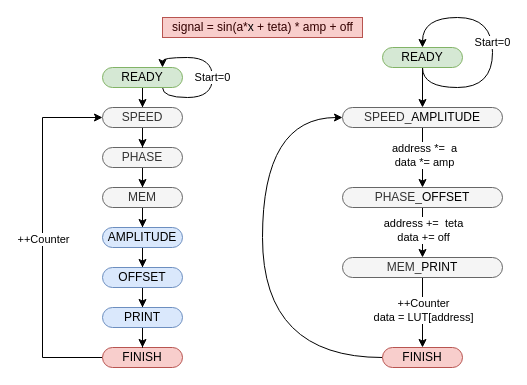
Above: diagrams.drawio in hammasattila/Sapientia-2020-FPGA-Project (draw.io), before the change. Source tidied: cells renumbered, new cells numbered last; positions are measured from the earlier drawing's top-left corner, leaving out a move shared by most shapes. Both pictures are drawn from the tidied source at 100%, with x=0, y=0 at pixel (42, 17).
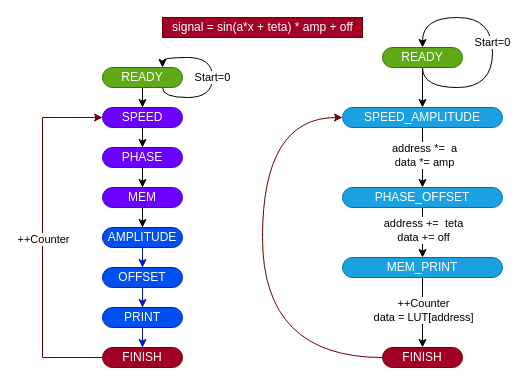
The same page after the edit.

Change to the diagram source:
```diff
@@
-    <mxCell id="5" value="READY" style="rounded=1;whiteSpace=wrap;html=1;arcSize=50;fillColor=#d5e8d4;strokeColor=#82b366;" parent="1" vertex="1">
+    <mxCell id="5" value="READY" style="rounded=1;whiteSpace=wrap;html=1;arcSize=50;fillColor=#60a917;strokeColor=#2D7600;fontColor=#ffffff;" parent="1" vertex="1">
       <mxGeometry x="60" y="50" width="80" height="20" as="geometry" />
     </mxCell>
@@
-    <mxCell id="7" value="PHASE" style="rounded=1;whiteSpace=wrap;html=1;arcSize=50;fillColor=#f5f5f5;strokeColor=#666666;fontColor=#333333;" parent="1" vertex="1">
+    <mxCell id="7" value="PHASE" style="rounded=1;whiteSpace=wrap;html=1;arcSize=50;fillColor=#6a00ff;strokeColor=#3700CC;fontColor=#ffffff;" parent="1" vertex="1">
       <mxGeometry x="60" y="130" width="80" height="20" as="geometry" />
     </mxCell>
@@
-    <mxCell id="9" value="MEM" style="rounded=1;whiteSpace=wrap;html=1;arcSize=50;fillColor=#f5f5f5;strokeColor=#666666;fontColor=#333333;" parent="1" vertex="1">
+    <mxCell id="9" value="MEM" style="rounded=1;whiteSpace=wrap;html=1;arcSize=50;fillColor=#6a00ff;strokeColor=#3700CC;fontColor=#ffffff;" parent="1" vertex="1">
       <mxGeometry x="60" y="170" width="80" height="20" as="geometry" />
     </mxCell>
-    <mxCell id="10" style="edgeStyle=orthogonalEdgeStyle;rounded=0;jettySize=auto;html=1;entryX=0.5;entryY=0;entryDx=0;entryDy=0;" parent="1" edge="1" source="11" target="16">
+    <mxCell id="10" style="edgeStyle=orthogonalEdgeStyle;rounded=0;jettySize=auto;html=1;entryX=0.5;entryY=0;entryDx=0;entryDy=0;fillColor=#0050ef;strokeColor=#001DBC;" parent="1" edge="1" source="11" target="16">
       <mxGeometry relative="1" as="geometry" />
     </mxCell>
-    <mxCell id="11" value="AMPLITUDE" style="rounded=1;whiteSpace=wrap;html=1;arcSize=50;fillColor=#dae8fc;strokeColor=#6c8ebf;" parent="1" vertex="1">
+    <mxCell id="11" value="AMPLITUDE" style="rounded=1;whiteSpace=wrap;html=1;arcSize=50;fillColor=#0050ef;strokeColor=#001DBC;fontColor=#ffffff;" parent="1" vertex="1">
       <mxGeometry x="60" y="210" width="80" height="20" as="geometry" />
     </mxCell>
-    <mxCell id="12" style="edgeStyle=orthogonalEdgeStyle;rounded=0;jettySize=auto;html=1;exitX=0;exitY=0.5;exitDx=0;exitDy=0;entryX=0;entryY=0.5;entryDx=0;entryDy=0;" parent="1" edge="1" source="14" target="18">
+    <mxCell id="12" style="edgeStyle=orthogonalEdgeStyle;rounded=0;jettySize=auto;html=1;exitX=0;exitY=0.5;exitDx=0;exitDy=0;entryX=0;entryY=0.5;entryDx=0;entryDy=0;fillColor=#a20025;strokeColor=#6F0000;" parent="1" edge="1" source="14" target="18">
       <mxGeometry relative="1" as="geometry">
         <Array as="points">
           <mxPoint y="340" />
           <mxPoint y="100" />
         </Array>
       </mxGeometry>
     </mxCell>
@@
-    <mxCell id="14" value="FINISH" style="rounded=1;whiteSpace=wrap;html=1;arcSize=50;fillColor=#f8cecc;strokeColor=#b85450;" parent="1" vertex="1">
+    <mxCell id="14" value="FINISH" style="rounded=1;whiteSpace=wrap;html=1;arcSize=50;fillColor=#a20025;strokeColor=#6F0000;fontColor=#ffffff;" parent="1" vertex="1">
       <mxGeometry x="60" y="330" width="80" height="20" as="geometry" />
     </mxCell>
-    <mxCell id="15" style="edgeStyle=orthogonalEdgeStyle;rounded=0;jettySize=auto;html=1;entryX=0.5;entryY=0;entryDx=0;entryDy=0;fontColor=#330000;" parent="1" edge="1" source="16" target="21">
+    <mxCell id="15" style="edgeStyle=orthogonalEdgeStyle;rounded=0;jettySize=auto;html=1;entryX=0.5;entryY=0;entryDx=0;entryDy=0;fillColor=#0050ef;strokeColor=#001DBC;" parent="1" edge="1" source="16" target="21">
       <mxGeometry relative="1" as="geometry" />
     </mxCell>
-    <mxCell id="16" value="OFFSET" style="rounded=1;whiteSpace=wrap;html=1;arcSize=50;fillColor=#dae8fc;strokeColor=#6c8ebf;" parent="1" vertex="1">
+    <mxCell id="16" value="OFFSET" style="rounded=1;whiteSpace=wrap;html=1;arcSize=50;fillColor=#0050ef;strokeColor=#001DBC;fontColor=#ffffff;" parent="1" vertex="1">
       <mxGeometry x="60" y="250" width="80" height="20" as="geometry" />
     </mxCell>
@@
-    <mxCell id="18" value="SPEED" style="rounded=1;whiteSpace=wrap;html=1;arcSize=50;fillColor=#f5f5f5;strokeColor=#666666;fontColor=#333333;" parent="1" vertex="1">
+    <mxCell id="18" value="SPEED" style="rounded=1;whiteSpace=wrap;html=1;arcSize=50;fillColor=#6a00ff;strokeColor=#3700CC;fontColor=#ffffff;" parent="1" vertex="1">
       <mxGeometry x="60" y="90" width="80" height="20" as="geometry" />
     </mxCell>
-    <mxCell id="19" value="signal = sin(a*&lt;font color=&quot;#000000&quot;&gt;x&lt;/font&gt; + teta) * amp + off" style="text;html=1;align=center;verticalAlign=middle;fillColor=#f8cecc;strokeColor=#b85450;fontColor=#330000;" parent="1" vertex="1">
+    <mxCell id="19" value="signal = sin(a*&lt;font&gt;x&lt;/font&gt; + teta) * amp + off" style="text;html=1;align=center;verticalAlign=middle;fillColor=#a20025;strokeColor=#6F0000;fontColor=#ffffff;" parent="1" vertex="1">
       <mxGeometry x="120" width="200" height="20" as="geometry" />
     </mxCell>
-    <mxCell id="20" style="edgeStyle=orthogonalEdgeStyle;rounded=0;jettySize=auto;html=1;entryX=0.5;entryY=0;entryDx=0;entryDy=0;fontColor=#330000;" parent="1" edge="1" source="21" target="14">
+    <mxCell id="20" style="edgeStyle=orthogonalEdgeStyle;rounded=0;jettySize=auto;html=1;entryX=0.5;entryY=0;entryDx=0;entryDy=0;fillColor=#0050ef;strokeColor=#001DBC;" parent="1" edge="1" source="21" target="14">
       <mxGeometry relative="1" as="geometry" />
     </mxCell>
-    <mxCell id="21" value="PRINT" style="rounded=1;whiteSpace=wrap;html=1;arcSize=50;fillColor=#dae8fc;strokeColor=#6c8ebf;" parent="1" vertex="1">
+    <mxCell id="21" value="PRINT" style="rounded=1;whiteSpace=wrap;html=1;arcSize=50;fillColor=#0050ef;strokeColor=#001DBC;fontColor=#ffffff;" parent="1" vertex="1">
       <mxGeometry x="60" y="290" width="80" height="20" as="geometry" />
     </mxCell>
@@
-    <mxCell id="25" value="READY" style="rounded=1;whiteSpace=wrap;html=1;arcSize=50;fillColor=#d5e8d4;strokeColor=#82b366;" parent="1" vertex="1">
+    <mxCell id="25" value="READY" style="rounded=1;whiteSpace=wrap;html=1;arcSize=50;fillColor=#60a917;strokeColor=#2D7600;fontColor=#ffffff;" parent="1" vertex="1">
       <mxGeometry x="340" y="30" width="80" height="20" as="geometry" />
     </mxCell>
@@
-    <mxCell id="28" value="PHASE_&lt;span style=&quot;color: rgb(0 , 0 , 0)&quot;&gt;OFFSET&lt;/span&gt;" style="rounded=1;whiteSpace=wrap;html=1;arcSize=50;fillColor=#f5f5f5;strokeColor=#666666;fontColor=#333333;" parent="1" vertex="1">
+    <mxCell id="28" value="PHASE_&lt;span style=&quot;&quot;&gt;OFFSET&lt;/span&gt;" style="rounded=1;whiteSpace=wrap;html=1;arcSize=50;fillColor=#1ba1e2;strokeColor=#006EAF;fontColor=#ffffff;" parent="1" vertex="1">
       <mxGeometry x="300" y="170" width="160" height="20" as="geometry" />
     </mxCell>
@@
-    <mxCell id="31" value="MEM_&lt;span style=&quot;color: rgb(0 , 0 , 0)&quot;&gt;PRINT&lt;/span&gt;" style="rounded=1;whiteSpace=wrap;html=1;arcSize=50;fillColor=#f5f5f5;strokeColor=#666666;fontColor=#333333;" parent="1" vertex="1">
+    <mxCell id="31" value="MEM_&lt;span style=&quot;&quot;&gt;PRINT&lt;/span&gt;" style="rounded=1;whiteSpace=wrap;html=1;arcSize=50;fillColor=#1ba1e2;strokeColor=#006EAF;fontColor=#ffffff;" parent="1" vertex="1">
       <mxGeometry x="300" y="240" width="160" height="20" as="geometry" />
     </mxCell>
@@
-    <mxCell id="33" style="edgeStyle=orthogonalEdgeStyle;rounded=0;jettySize=auto;html=1;exitX=0;exitY=0.5;exitDx=0;exitDy=0;entryX=0;entryY=0.5;entryDx=0;entryDy=0;curved=1;" parent="1" edge="1" source="34" target="38">
+    <mxCell id="33" style="edgeStyle=orthogonalEdgeStyle;rounded=0;jettySize=auto;html=1;exitX=0;exitY=0.5;exitDx=0;exitDy=0;entryX=0;entryY=0.5;entryDx=0;entryDy=0;curved=1;fillColor=#a20025;strokeColor=#6F0000;" parent="1" edge="1" source="34" target="38">
       <mxGeometry relative="1" as="geometry">
         <Array as="points">
           <mxPoint x="220" y="340" />
           <mxPoint x="220" y="100" />
         </Array>
       </mxGeometry>
     </mxCell>
-    <mxCell id="34" value="FINISH" style="rounded=1;whiteSpace=wrap;html=1;arcSize=50;fillColor=#f8cecc;strokeColor=#b85450;" parent="1" vertex="1">
+    <mxCell id="34" value="FINISH" style="rounded=1;whiteSpace=wrap;html=1;arcSize=50;fillColor=#a20025;strokeColor=#6F0000;fontColor=#ffffff;" parent="1" vertex="1">
       <mxGeometry x="340" y="330" width="80" height="20" as="geometry" />
     </mxCell>
@@
-    <mxCell id="38" value="SPEED_&lt;span style=&quot;color: rgb(0 , 0 , 0)&quot;&gt;AMPLITUDE&lt;/span&gt;" style="rounded=1;whiteSpace=wrap;html=1;arcSize=50;fillColor=#f5f5f5;strokeColor=#666666;fontColor=#333333;" parent="1" vertex="1">
+    <mxCell id="38" value="SPEED_&lt;span style=&quot;&quot;&gt;AMPLITUDE&lt;/span&gt;" style="rounded=1;whiteSpace=wrap;html=1;arcSize=50;fillColor=#1ba1e2;strokeColor=#006EAF;fontColor=#ffffff;" parent="1" vertex="1">
       <mxGeometry x="300" y="90" width="160" height="20" as="geometry" />
     </mxCell>
```
